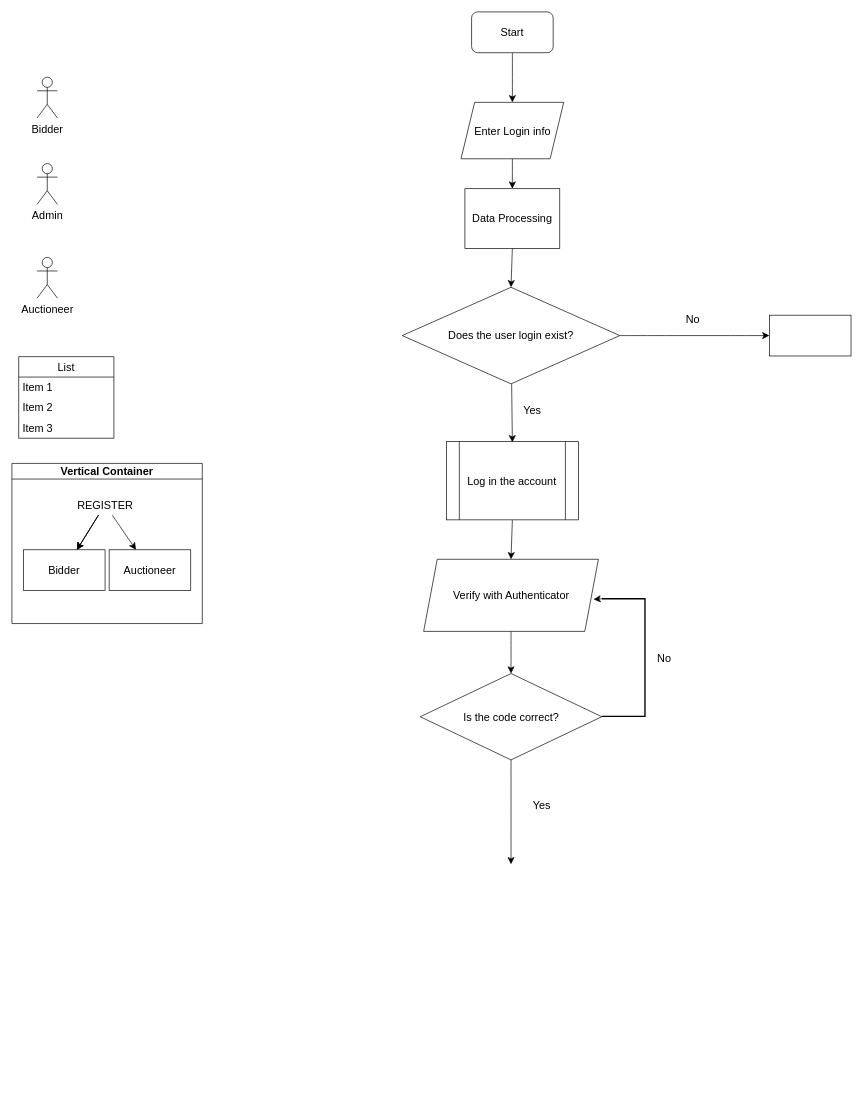
This is Untitled Diagram.drawio from AaronVS/BidWin, a draw.io file, before an edit. Source tidied: cells renumbered, new cells numbered last; positions are measured from the earlier drawing's top-left corner, leaving out a move shared by most shapes. Both pictures are drawn from the tidied source at 68%, with x=0, y=0 at pixel (12, 12).
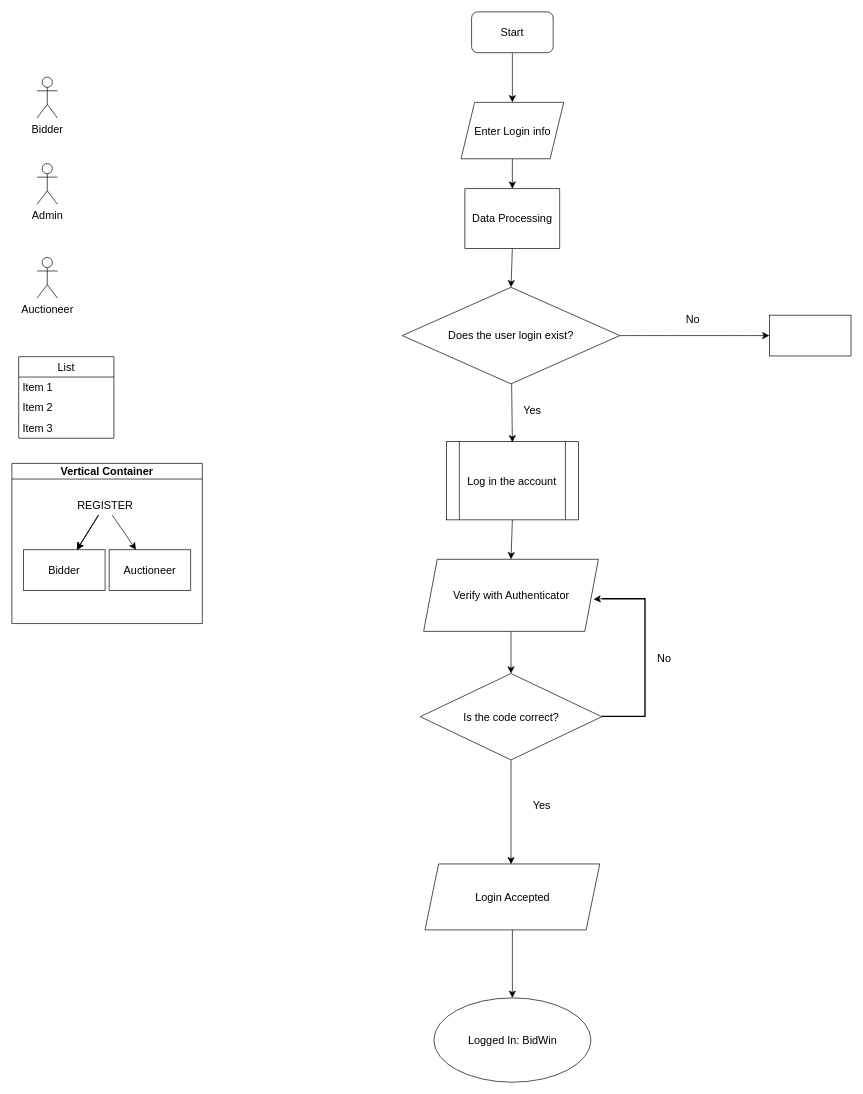
The same page after the edit.

Diff of the diagram source:
```diff
@@
+    <mxCell id="39" style="edgeStyle=none;curved=1;rounded=0;jettySize=auto;html=1;exitX=0.5;exitY=1;exitDx=0;exitDy=0;entryX=0.5;entryY=0;entryDx=0;entryDy=0;fontSize=12;startSize=8;endSize=8;" parent="1" edge="1" source="40" target="41">
+      <mxGeometry relative="1" as="geometry" />
+    </mxCell>
+    <mxCell id="40" value="Login Accepted" style="shape=parallelogram;perimeter=parallelogramPerimeter;whiteSpace=wrap;html=1;fixedSize=1;fontSize=16;" parent="1" vertex="1">
+      <mxGeometry x="607.5" y="1253" width="257" height="97" as="geometry" />
+    </mxCell>
+    <mxCell id="41" value="Logged In: BidWin" style="ellipse;whiteSpace=wrap;html=1;fontSize=16;" parent="1" vertex="1">
+      <mxGeometry x="620.5" y="1450" width="231" height="124" as="geometry" />
+    </mxCell>
```
